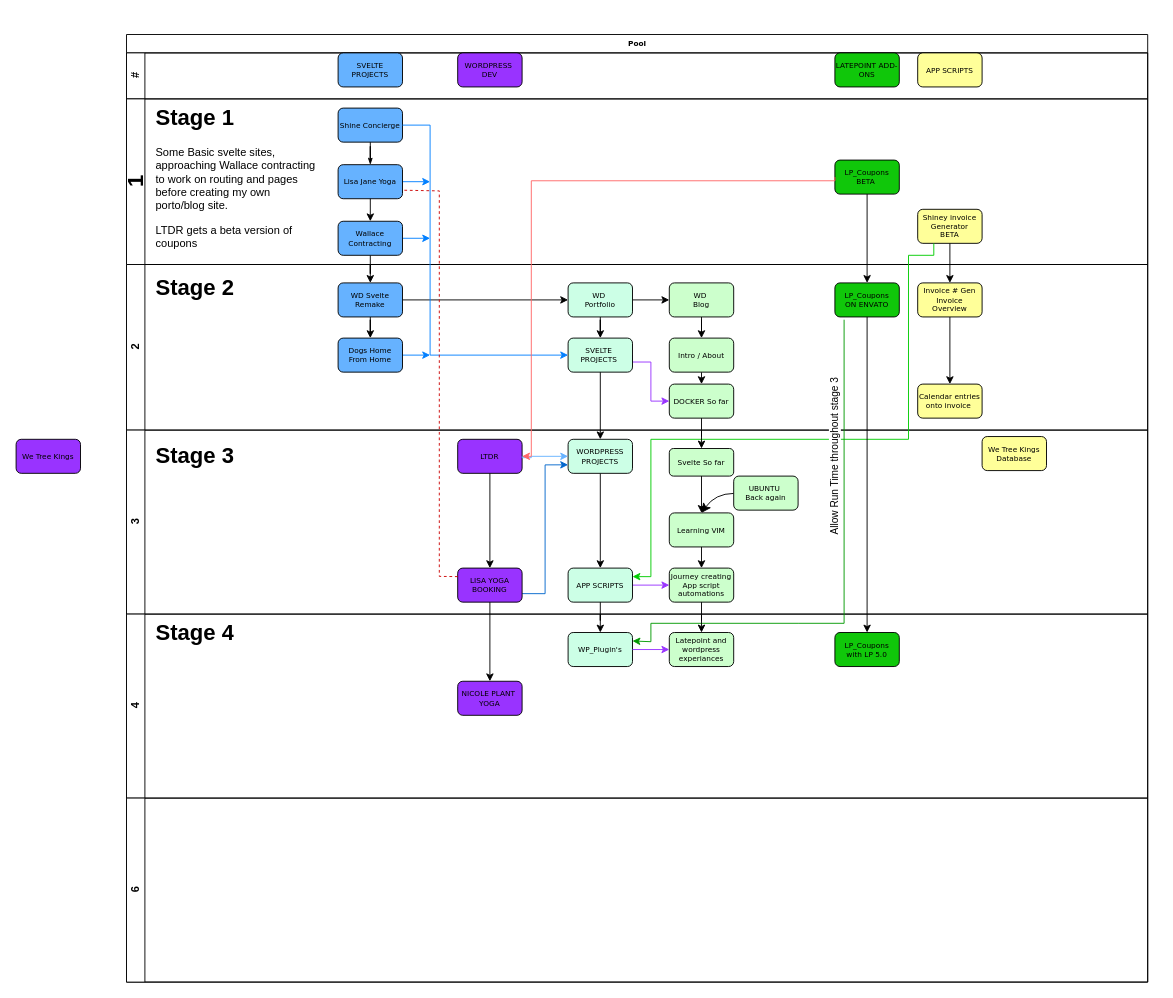
This is Untitled Diagram.drawio from weedavedev/pathway, a draw.io file, before an edit. Source tidied: cells renumbered, new cells numbered last; positions are measured from the earlier drawing's top-left corner, leaving out a move shared by most shapes. Both pictures are drawn from the tidied source at 92%, with x=0, y=0 at pixel (16, 34).
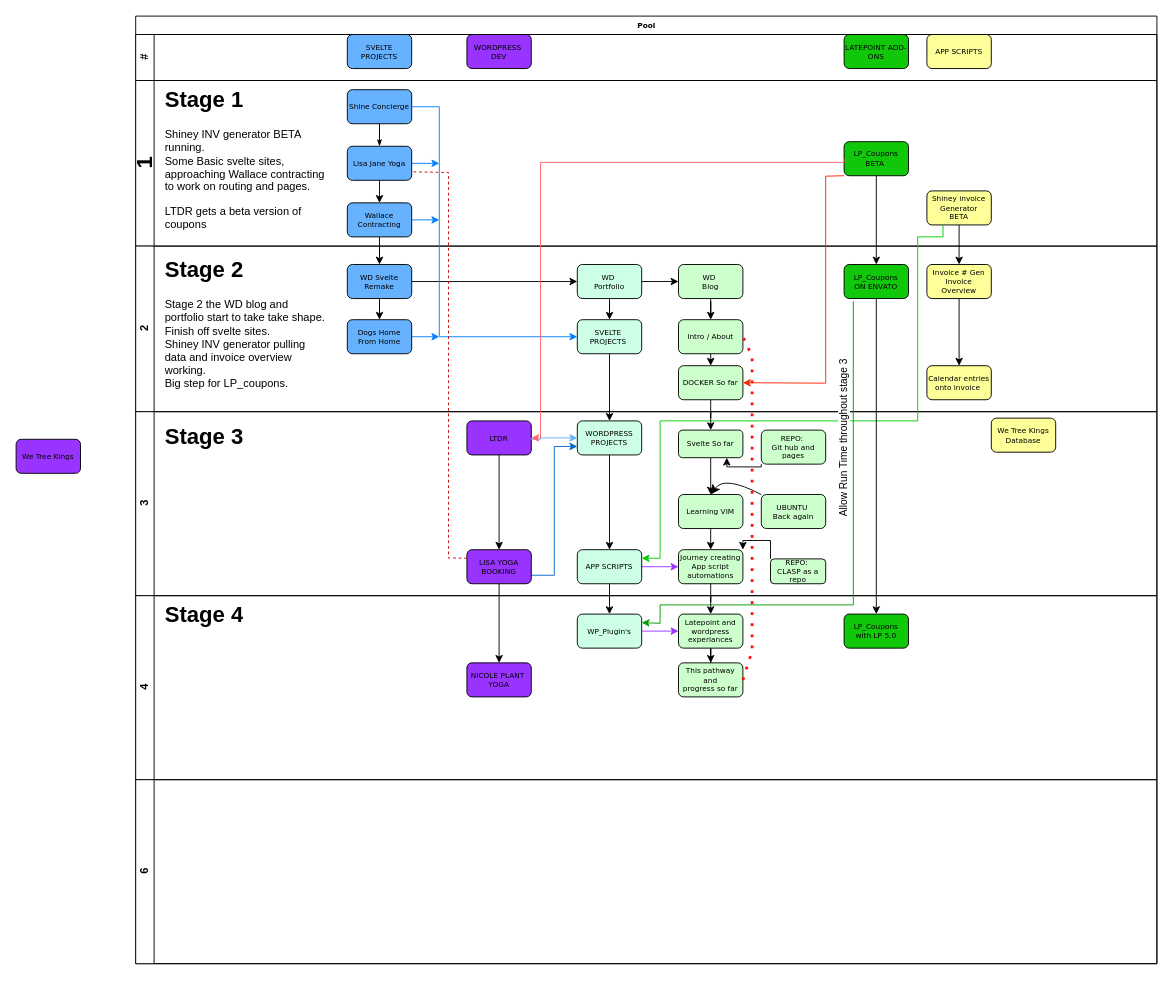
The same diagram, later.

The change refers to these unchanged cells:
```xml
<mxCell id="10" value="&lt;h1&gt;1&lt;/h1&gt;" style="swimlane;html=1;startSize=20;horizontal=0;" parent="2" vertex="1">
  <mxGeometry y="70" width="1110" height="180" as="geometry" />
</mxCell>
<mxCell id="15" value="LP_Coupons&lt;br&gt;BETA&amp;nbsp;" style="rounded=1;whiteSpace=wrap;html=1;shadow=0;labelBackgroundColor=none;strokeWidth=1;fontFamily=Verdana;fontSize=8;align=center;fillColor=#10C70A;" parent="10" vertex="1">
  <mxGeometry x="770" y="66.5" width="70" height="37" as="geometry" />
</mxCell>
<mxCell id="21" value="2" style="swimlane;html=1;startSize=20;horizontal=0;" parent="2" vertex="1">
  <mxGeometry y="250" width="1110" height="180" as="geometry" />
</mxCell>
<mxCell id="31" value="SVELTE&amp;nbsp;&lt;br&gt;PROJECTS&amp;nbsp;" style="rounded=1;whiteSpace=wrap;html=1;shadow=0;labelBackgroundColor=none;strokeWidth=1;fontFamily=Verdana;fontSize=8;align=center;fillColor=#CCFFE6;" parent="21" vertex="1">
  <mxGeometry x="480" y="80" width="70" height="37" as="geometry" />
</mxCell>
<mxCell id="33" value="Intro / About" style="rounded=1;whiteSpace=wrap;html=1;shadow=0;labelBackgroundColor=none;strokeWidth=1;fontFamily=Verdana;fontSize=8;align=center;fillColor=#CCFFCC;" parent="21" vertex="1">
  <mxGeometry x="590" y="80" width="70" height="37" as="geometry" />
</mxCell>
<mxCell id="35" value="DOCKER So far" style="rounded=1;whiteSpace=wrap;html=1;shadow=0;labelBackgroundColor=none;strokeWidth=1;fontFamily=Verdana;fontSize=8;align=center;fillColor=#CCFFCC;" parent="21" vertex="1">
  <mxGeometry x="590" y="130" width="70" height="37" as="geometry" />
</mxCell>
<mxCell id="42" value="3" style="swimlane;html=1;startSize=20;horizontal=0;" parent="2" vertex="1">
  <mxGeometry y="430" width="1110" height="200" as="geometry" />
</mxCell>
<mxCell id="50" value="Journey creating App script automations" style="rounded=1;whiteSpace=wrap;html=1;shadow=0;labelBackgroundColor=none;strokeWidth=1;fontFamily=Verdana;fontSize=8;align=center;fillColor=#CCFFCC;" parent="42" vertex="1">
  <mxGeometry x="590" y="150" width="70" height="37" as="geometry" />
</mxCell>
<mxCell id="57" value="Svelte So far" style="rounded=1;whiteSpace=wrap;html=1;shadow=0;labelBackgroundColor=none;strokeWidth=1;fontFamily=Verdana;fontSize=8;align=center;fillColor=#CCFFCC;" parent="42" vertex="1">
  <mxGeometry x="590" y="20" width="70" height="30" as="geometry" />
</mxCell>
<mxCell id="64" value="4" style="swimlane;html=1;startSize=20;horizontal=0;" parent="2" vertex="1">
  <mxGeometry y="630" width="1110" height="200" as="geometry" />
</mxCell>
<mxCell id="69" value="Latepoint and wordpress experiances" style="rounded=1;whiteSpace=wrap;html=1;shadow=0;labelBackgroundColor=none;strokeWidth=1;fontFamily=Verdana;fontSize=8;align=center;fillColor=#CCFFCC;" parent="64" vertex="1">
  <mxGeometry x="590" y="20" width="70" height="37" as="geometry" />
</mxCell>
```

The edit, as a diff of the source:
```diff
@@
     <mxCell id="2" value="Pool" style="swimlane;html=1;horizontal=1;startSize=20;rounded=0;shadow=0;labelBackgroundColor=none;strokeWidth=1;fontFamily=Verdana;fontSize=8;align=center;" parent="1" vertex="1">
-      <mxGeometry x="120" width="1110" height="1030" as="geometry" />
+      <mxGeometry x="130" y="-20" width="1110" height="1030" as="geometry" />
     </mxCell>
@@
-    <mxCell id="20" value="&lt;h1 style=&quot;margin-top: 0px;&quot;&gt;Stage 1&lt;/h1&gt;&lt;p&gt;Some Basic svelte sites, approaching Wallace contracting to work on routing and pages before creating my own porto/blog site.&amp;nbsp;&lt;/p&gt;&lt;p&gt;LTDR gets a beta version of coupons&amp;nbsp;&lt;br&gt;&lt;br&gt;&lt;br&gt;&lt;/p&gt;" style="text;html=1;whiteSpace=wrap;overflow=hidden;rounded=0;" parent="10" vertex="1">
+    <mxCell id="20" value="&lt;h1 style=&quot;margin-top: 0px;&quot;&gt;Stage 1&lt;/h1&gt;&lt;p&gt;Shiney INV generator BETA running.&amp;nbsp;&lt;br&gt;Some Basic svelte sites, approaching Wallace contracting to work on routing and pages.&lt;/p&gt;&lt;p&gt;LTDR gets a beta version of coupons&amp;nbsp;&lt;br&gt;&lt;br&gt;&lt;br&gt;&lt;/p&gt;" style="text;html=1;whiteSpace=wrap;overflow=hidden;rounded=0;" parent="10" vertex="1">
       <mxGeometry x="30" width="180" height="170" as="geometry" />
     </mxCell>
@@
-    <mxCell id="30" style="edgeStyle=orthogonalEdgeStyle;rounded=0;jettySize=auto;html=1;exitX=1;exitY=0.5;exitDx=0;exitDy=0;entryX=0;entryY=0.5;entryDx=0;entryDy=0;strokeColor=#9933FF;" parent="21" edge="1" source="31" target="35">
-      <mxGeometry relative="1" as="geometry">
-        <Array as="points">
-          <mxPoint x="550" y="106" />
-          <mxPoint x="570" y="106" />
-          <mxPoint x="570" y="149" />
-        </Array>
-      </mxGeometry>
-    </mxCell>
@@
-    <mxCell id="41" value="&lt;h1 style=&quot;margin-top: 0px;&quot;&gt;Stage 2&lt;/h1&gt;&lt;p&gt;&lt;br&gt;&lt;/p&gt;&lt;p&gt;&lt;br&gt;&lt;br&gt;&lt;/p&gt;" style="text;html=1;whiteSpace=wrap;overflow=hidden;rounded=0;" parent="21" vertex="1">
+    <mxCell id="41" value="&lt;h1 style=&quot;margin-top: 0px;&quot;&gt;Stage 2&lt;/h1&gt;&lt;p&gt;Stage 2 the WD blog and portfolio start to take take shape.&amp;nbsp;&lt;br&gt;Finish off svelte sites.&amp;nbsp;&lt;br&gt;Shiney INV generator pulling data and invoice overview working.&lt;br&gt;Big step for LP_coupons.&amp;nbsp;&lt;br&gt;&lt;br&gt;&lt;/p&gt;" style="text;html=1;whiteSpace=wrap;overflow=hidden;rounded=0;" parent="21" vertex="1">
       <mxGeometry x="30" y="5" width="180" height="170" as="geometry" />
     </mxCell>
@@
     <mxCell id="61" value="UBUNTU&amp;nbsp;&lt;br&gt;Back again" style="rounded=1;whiteSpace=wrap;html=1;shadow=0;labelBackgroundColor=none;strokeWidth=1;fontFamily=Verdana;fontSize=8;align=center;fillColor=#CCFFCC;" parent="42" vertex="1">
-      <mxGeometry x="660" y="50" width="70" height="37" as="geometry" />
+      <mxGeometry x="680" y="90" width="70" height="37" as="geometry" />
     </mxCell>
+    <mxCell id="86" style="edgeStyle=orthogonalEdgeStyle;rounded=0;jettySize=auto;html=1;exitX=0;exitY=1;exitDx=0;exitDy=0;entryX=0.75;entryY=1;entryDx=0;entryDy=0;" parent="42" edge="1" source="87" target="57">
+      <mxGeometry relative="1" as="geometry">
+        <Array as="points">
+          <mxPoint x="680" y="60" />
+          <mxPoint x="642" y="60" />
+        </Array>
+      </mxGeometry>
+    </mxCell>
+    <mxCell id="87" value="REPO:&amp;nbsp;&lt;br&gt;Git hub and pages" style="rounded=1;whiteSpace=wrap;html=1;shadow=0;labelBackgroundColor=none;strokeWidth=1;fontFamily=Verdana;fontSize=8;align=center;fillColor=#CCFFCC;" parent="42" vertex="1">
+      <mxGeometry x="680" y="20" width="70" height="37" as="geometry" />
+    </mxCell>
+    <mxCell id="88" style="edgeStyle=orthogonalEdgeStyle;rounded=0;jettySize=auto;html=1;exitX=0;exitY=0;exitDx=0;exitDy=0;entryX=1;entryY=0;entryDx=0;entryDy=0;" parent="42" edge="1" source="89" target="50">
+      <mxGeometry relative="1" as="geometry">
+        <Array as="points">
+          <mxPoint x="690" y="140" />
+          <mxPoint x="660" y="140" />
+        </Array>
+      </mxGeometry>
+    </mxCell>
+    <mxCell id="89" value="REPO:&amp;nbsp;&lt;br&gt;CLASP as a repo" style="rounded=1;whiteSpace=wrap;html=1;shadow=0;labelBackgroundColor=none;strokeWidth=1;fontFamily=Verdana;fontSize=8;align=center;fillColor=#CCFFCC;" parent="42" vertex="1">
+      <mxGeometry x="690" y="160" width="60" height="27" as="geometry" />
+    </mxCell>
@@
+    <mxCell id="90" style="edgeStyle=orthogonalEdgeStyle;rounded=0;jettySize=auto;html=1;" parent="64" edge="1" source="69" target="91">
+      <mxGeometry relative="1" as="geometry" />
+    </mxCell>
@@
+    <mxCell id="91" value="This pathway and&lt;br&gt;progress so far" style="rounded=1;whiteSpace=wrap;html=1;shadow=0;labelBackgroundColor=none;strokeWidth=1;fontFamily=Verdana;fontSize=8;align=center;fillColor=#CCFFCC;" parent="64" vertex="1">
+      <mxGeometry x="590" y="73" width="70" height="37" as="geometry" />
+    </mxCell>
@@
+    <mxCell id="92" style="endArrow=none;dashed=1;html=1;dashPattern=1 3;strokeWidth=3;rounded=0;entryX=1;entryY=0.5;entryDx=0;entryDy=0;exitX=1;exitY=0.5;exitDx=0;exitDy=0;strokeColor=#FF0D0D;" parent="2" edge="1" source="91" target="33">
+      <mxGeometry relative="1" as="geometry">
+        <Array as="points">
+          <mxPoint x="670" y="690" />
+          <mxPoint x="670" y="530" />
+          <mxPoint x="670" y="370" />
+        </Array>
+      </mxGeometry>
+    </mxCell>
+    <mxCell id="93" style="endArrow=classic;html=1;rounded=0;exitX=0;exitY=1;exitDx=0;exitDy=0;entryX=1;entryY=0.5;entryDx=0;entryDy=0;strokeColor=#FF2200;" parent="2" edge="1" source="15" target="35">
+      <mxGeometry relative="1" as="geometry">
+        <Array as="points">
+          <mxPoint x="750" y="174" />
+          <mxPoint x="750" y="290" />
+          <mxPoint x="750" y="399" />
+        </Array>
+      </mxGeometry>
+    </mxCell>
```
